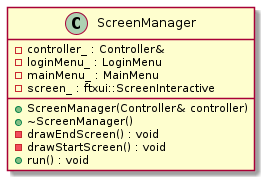
Before: res/uml/class/ScreenManagerClass.png, a diagram exported from PlantUML (ulb-info2-group5/Royal-Blocks). Its source is kept beside it as doc/uml/class/client/ScreenManagerClass.plantuml. The source it was exported from:
```plantuml
@startuml ScreenManagerClass





class ScreenManager {
	+ScreenManager(Controller& controller)
	+~ScreenManager()
	-controller_ : Controller&
	-loginMenu_ : LoginMenu
	-mainMenu_ : MainMenu
	-screen_ : ftxui::ScreenInteractive
	-drawEndScreen() : void
	-drawStartScreen() : void
	+run() : void
}

















@enduml
```
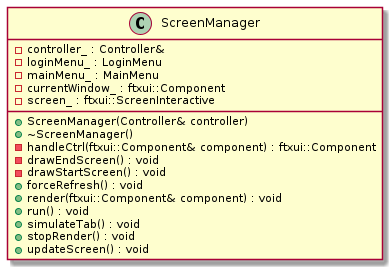
Later version of the same file.

The edit, as a diff of the source:
```diff
@@ -10,10 +10,17 @@
 	-controller_ : Controller&
 	-loginMenu_ : LoginMenu
 	-mainMenu_ : MainMenu
+	-currentWindow_ : ftxui::Component
+	-handleCtrl(ftxui::Component& component) : ftxui::Component
 	-screen_ : ftxui::ScreenInteractive
 	-drawEndScreen() : void
 	-drawStartScreen() : void
+	+forceRefresh() : void
+	+render(ftxui::Component& component) : void
 	+run() : void
+	+simulateTab() : void
+	+stopRender() : void
+	+updateScreen() : void
 }
 
 
@@ -31,5 +38,4 @@
 
 
 
-
 @enduml
```
